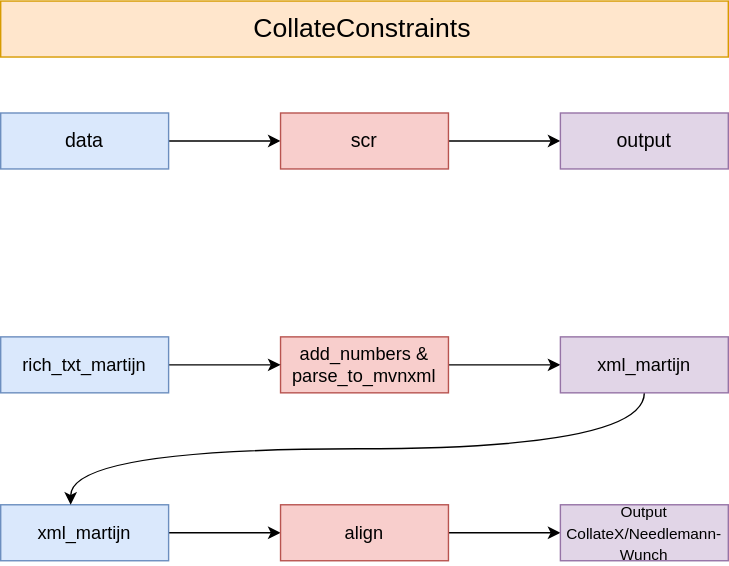
Earlier version of the draw.io export data/figures_images_tables/flowchart.drawio.svg (SofieMoors/collateconstraints). Source tidied: cells renumbered, new cells last; positions are measured from the earlier drawing's top-left corner, leaving out a move shared by most shapes. Its diagram source:
```xml
<mxGraphModel>
  <root>
    <mxCell id="0" />
    <mxCell id="1" parent="0" />
    <mxCell id="2" style="edgeStyle=orthogonalEdgeStyle;rounded=0;jettySize=auto;html=1;curved=1;" parent="1" edge="1" source="3" target="9">
      <mxGeometry relative="1" as="geometry" />
    </mxCell>
    <mxCell id="3" value="data" style="rounded=0;whiteSpace=wrap;html=1;fontSize=14;glass=0;strokeWidth=1;shadow=0;fillColor=#dae8fc;strokeColor=#6c8ebf;gradientColor=none;" parent="1" vertex="1">
      <mxGeometry y="80" width="120" height="40" as="geometry" />
    </mxCell>
    <mxCell id="4" style="edgeStyle=orthogonalEdgeStyle;rounded=0;jettySize=auto;html=1;strokeColor=#000000;curved=1;" parent="1" edge="1" source="5" target="16">
      <mxGeometry relative="1" as="geometry" />
    </mxCell>
    <mxCell id="5" value="xml_martijn" style="rounded=0;whiteSpace=wrap;html=1;fontSize=13;glass=0;strokeWidth=1;shadow=0;fillColor=#dae8fc;strokeColor=#6c8ebf;" parent="1" vertex="1">
      <mxGeometry y="360" width="120" height="40" as="geometry" />
    </mxCell>
    <mxCell id="6" style="edgeStyle=orthogonalEdgeStyle;rounded=0;jettySize=auto;html=1;strokeColor=#000000;curved=1;" parent="1" edge="1" source="7" target="14">
      <mxGeometry relative="1" as="geometry" />
    </mxCell>
    <mxCell id="7" value="add_numbers &amp;amp; parse_to_mvnxml" style="rounded=0;whiteSpace=wrap;html=1;fontSize=13;glass=0;strokeWidth=1;shadow=0;fillColor=#f8cecc;strokeColor=#b85450;" parent="1" vertex="1">
      <mxGeometry x="200" y="240" width="120" height="40" as="geometry" />
    </mxCell>
    <mxCell id="8" style="edgeStyle=orthogonalEdgeStyle;rounded=0;jettySize=auto;html=1;curved=1;" parent="1" edge="1" source="9" target="10">
      <mxGeometry relative="1" as="geometry" />
    </mxCell>
    <mxCell id="9" value="scr" style="whiteSpace=wrap;html=1;rounded=0;glass=0;strokeWidth=1;shadow=0;fillColor=#f8cecc;strokeColor=#b85450;fontSize=14;" parent="1" vertex="1">
      <mxGeometry x="200" y="80" width="120" height="40" as="geometry" />
    </mxCell>
    <mxCell id="10" value="output" style="whiteSpace=wrap;html=1;rounded=0;glass=0;strokeWidth=1;shadow=0;fillColor=#e1d5e7;strokeColor=#9673a6;fontSize=14;" parent="1" vertex="1">
      <mxGeometry x="400" y="80" width="120" height="40" as="geometry" />
    </mxCell>
    <mxCell id="11" style="edgeStyle=orthogonalEdgeStyle;rounded=0;jettySize=auto;html=1;" parent="1" edge="1" source="12" target="7">
      <mxGeometry relative="1" as="geometry" />
    </mxCell>
    <mxCell id="12" value="rich_txt_martijn" style="rounded=0;whiteSpace=wrap;html=1;fillColor=#dae8fc;strokeColor=#6c8ebf;fontSize=13;" parent="1" vertex="1">
      <mxGeometry y="240" width="120" height="40" as="geometry" />
    </mxCell>
    <mxCell id="13" style="edgeStyle=orthogonalEdgeStyle;jettySize=auto;html=1;curved=1;" parent="1" edge="1" source="14" target="5">
      <mxGeometry relative="1" as="geometry">
        <Array as="points">
          <mxPoint x="460" y="320" />
          <mxPoint x="50" y="320" />
        </Array>
      </mxGeometry>
    </mxCell>
    <mxCell id="14" value="xml_martijn" style="whiteSpace=wrap;html=1;rounded=0;glass=0;strokeWidth=1;shadow=0;fillColor=#e1d5e7;strokeColor=#9673a6;fontSize=13;" parent="1" vertex="1">
      <mxGeometry x="400" y="240" width="120" height="40" as="geometry" />
    </mxCell>
    <mxCell id="15" style="edgeStyle=orthogonalEdgeStyle;rounded=0;jettySize=auto;html=1;strokeColor=#000000;curved=1;" parent="1" edge="1" source="16" target="17">
      <mxGeometry relative="1" as="geometry" />
    </mxCell>
    <mxCell id="16" value="align" style="whiteSpace=wrap;html=1;fillColor=#f8cecc;strokeColor=#b85450;rounded=0;glass=0;strokeWidth=1;shadow=0;fontSize=13;" parent="1" vertex="1">
      <mxGeometry x="200" y="360" width="120" height="40" as="geometry" />
    </mxCell>
    <mxCell id="17" value="&lt;font style=&quot;font-size: 11px;&quot;&gt;Output CollateX/Needlemann- Wunch&lt;/font&gt;" style="whiteSpace=wrap;html=1;fillColor=#e1d5e7;strokeColor=#9673a6;rounded=0;glass=0;strokeWidth=1;shadow=0;fontSize=13;" parent="1" vertex="1">
      <mxGeometry x="400" y="360" width="120" height="40" as="geometry" />
    </mxCell>
    <mxCell id="18" style="edgeStyle=orthogonalEdgeStyle;rounded=0;orthogonalLoop=1;jettySize=auto;html=1;exitX=0.5;exitY=1;exitDx=0;exitDy=0;fontSize=10;strokeColor=#000000;curved=1;" parent="1" edge="1" source="3" target="3">
      <mxGeometry relative="1" as="geometry" />
    </mxCell>
    <mxCell id="19" value="&lt;font style=&quot;font-size: 19px;&quot;&gt;CollateConstraints&lt;/font&gt;&amp;nbsp;" style="rounded=0;whiteSpace=wrap;html=1;fontSize=10;fillColor=#ffe6cc;strokeColor=#d79b00;" parent="1" vertex="1">
      <mxGeometry width="520" height="40" as="geometry" />
    </mxCell>
  </root>
</mxGraphModel>
```
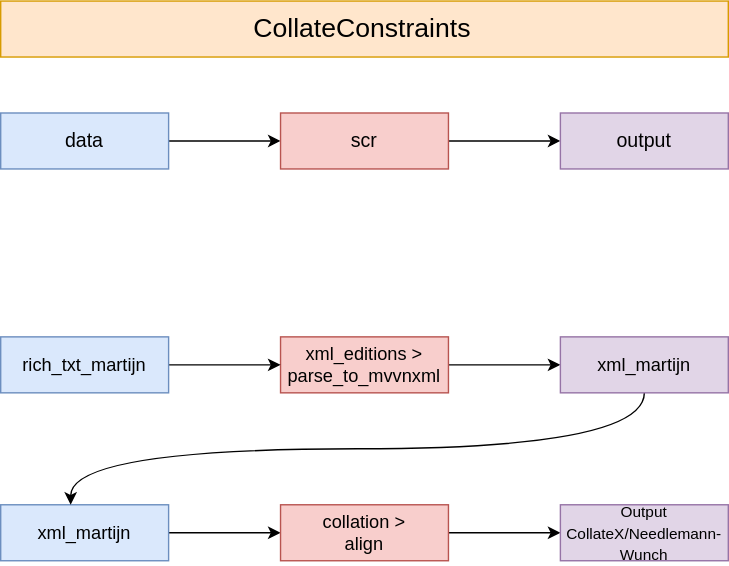
The same diagram one commit later.

The edit, as a diff of the source:
```diff
@@ -17,7 +17,7 @@
     <mxCell id="6" style="edgeStyle=orthogonalEdgeStyle;rounded=0;jettySize=auto;html=1;strokeColor=#000000;curved=1;" parent="1" edge="1" source="7" target="14">
       <mxGeometry relative="1" as="geometry" />
     </mxCell>
-    <mxCell id="7" value="add_numbers &amp;amp; parse_to_mvnxml" style="rounded=0;whiteSpace=wrap;html=1;fontSize=13;glass=0;strokeWidth=1;shadow=0;fillColor=#f8cecc;strokeColor=#b85450;" parent="1" vertex="1">
+    <mxCell id="7" value="xml_editions &amp;gt; parse_to_mvvnxml" style="rounded=0;whiteSpace=wrap;html=1;fontSize=13;glass=0;strokeWidth=1;shadow=0;fillColor=#f8cecc;strokeColor=#b85450;" parent="1" vertex="1">
       <mxGeometry x="200" y="240" width="120" height="40" as="geometry" />
     </mxCell>
     <mxCell id="8" style="edgeStyle=orthogonalEdgeStyle;rounded=0;jettySize=auto;html=1;curved=1;" parent="1" edge="1" source="9" target="10">
@@ -49,7 +49,7 @@
     <mxCell id="15" style="edgeStyle=orthogonalEdgeStyle;rounded=0;jettySize=auto;html=1;strokeColor=#000000;curved=1;" parent="1" edge="1" source="16" target="17">
       <mxGeometry relative="1" as="geometry" />
     </mxCell>
-    <mxCell id="16" value="align" style="whiteSpace=wrap;html=1;fillColor=#f8cecc;strokeColor=#b85450;rounded=0;glass=0;strokeWidth=1;shadow=0;fontSize=13;" parent="1" vertex="1">
+    <mxCell id="16" value="collation &amp;gt; &lt;br&gt;align" style="whiteSpace=wrap;html=1;fillColor=#f8cecc;strokeColor=#b85450;rounded=0;glass=0;strokeWidth=1;shadow=0;fontSize=13;" parent="1" vertex="1">
       <mxGeometry x="200" y="360" width="120" height="40" as="geometry" />
     </mxCell>
     <mxCell id="17" value="&lt;font style=&quot;font-size: 11px;&quot;&gt;Output CollateX/Needlemann- Wunch&lt;/font&gt;" style="whiteSpace=wrap;html=1;fillColor=#e1d5e7;strokeColor=#9673a6;rounded=0;glass=0;strokeWidth=1;shadow=0;fontSize=13;" parent="1" vertex="1">
```
